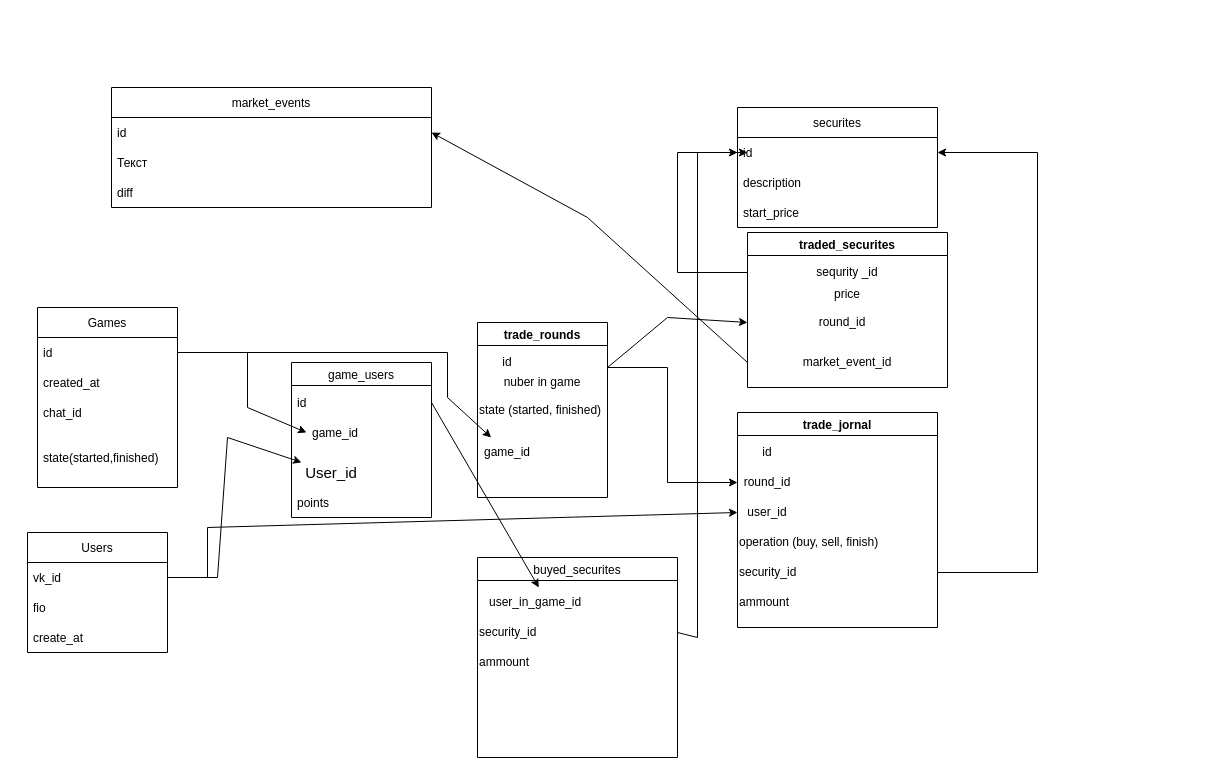
Above: DB Schema.drawio in VitalyObrubov/vk-exchange-game (draw.io), before the change. Source tidied: cells renumbered, new cells numbered last; positions are measured from the earlier drawing's top-left corner, leaving out a move shared by most shapes. Both pictures are drawn from the tidied source at 100%, with x=0, y=0 at pixel (27, 87).
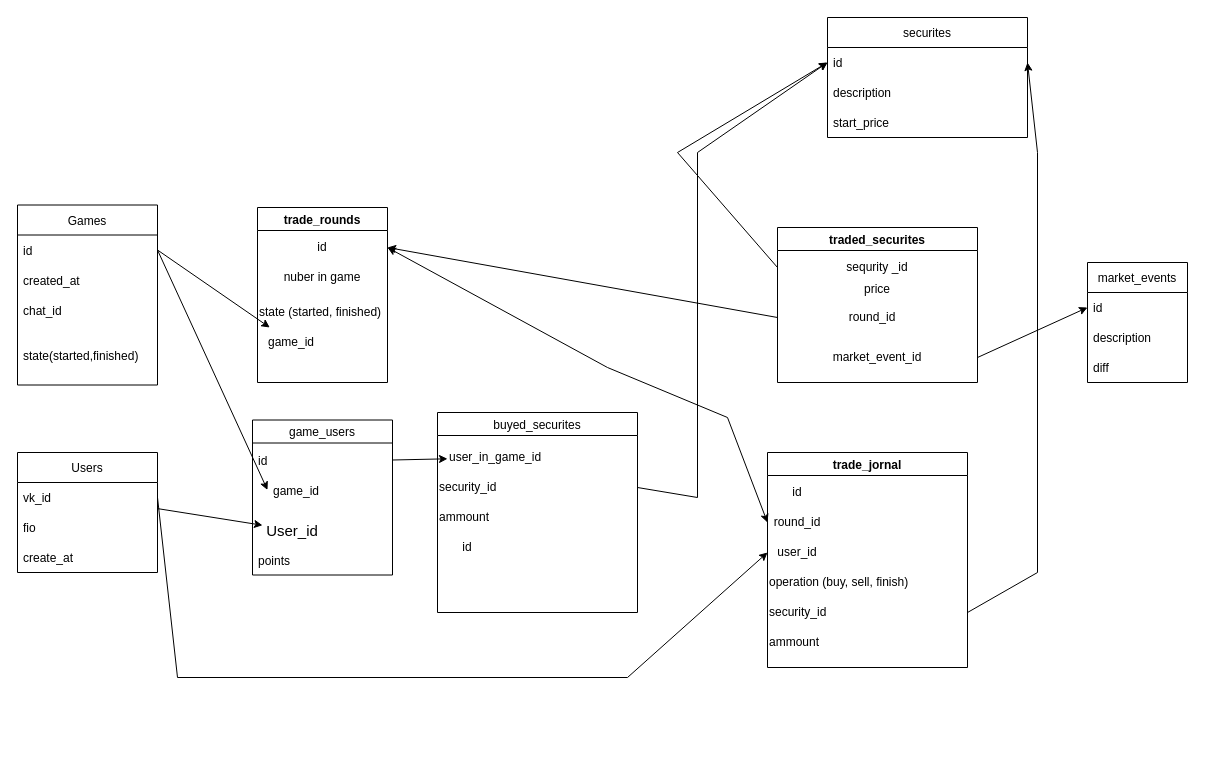
After the change.

The change refers to these unchanged cells:
```xml
<mxCell id="3" value="vk_id" style="text;strokeColor=none;fillColor=none;align=left;verticalAlign=middle;spacingLeft=4;spacingRight=4;overflow=hidden;points=[[0,0.5],[1,0.5]];portConstraint=eastwest;" parent="2" vertex="1">
  <mxGeometry y="30" width="140" height="30" as="geometry" />
</mxCell>
<mxCell id="7" value="id" style="text;strokeColor=none;fillColor=none;align=left;verticalAlign=middle;spacingLeft=4;spacingRight=4;overflow=hidden;points=[[0,0.5],[1,0.5]];portConstraint=eastwest;" parent="6" vertex="1">
  <mxGeometry y="30" width="140" height="30" as="geometry" />
</mxCell>
<mxCell id="12" value="id" style="text;strokeColor=none;fillColor=none;align=left;verticalAlign=middle;spacingLeft=4;spacingRight=4;overflow=hidden;points=[[0,0.5],[1,0.5]];portConstraint=eastwest;" parent="11" vertex="1">
  <mxGeometry y="30" width="200" height="30" as="geometry" />
</mxCell>
<mxCell id="20" value="game_id" style="text;strokeColor=none;fillColor=none;align=left;verticalAlign=middle;spacingLeft=4;spacingRight=4;overflow=hidden;points=[[0,0.5],[1,0.5]];portConstraint=eastwest;" parent="19" vertex="1">
  <mxGeometry x="15" y="55" width="110" height="30" as="geometry" />
</mxCell>
<mxCell id="21" value="User_id" style="text;html=1;strokeColor=none;fillColor=none;align=center;verticalAlign=middle;whiteSpace=wrap;rounded=0;fontSize=15;" parent="19" vertex="1">
  <mxGeometry x="10" y="95" width="60" height="30" as="geometry" />
</mxCell>
<mxCell id="28" value="security_id" style="text;html=1;strokeColor=none;fillColor=none;align=left;verticalAlign=middle;whiteSpace=wrap;rounded=0;fontSize=12;" parent="26" vertex="1">
  <mxGeometry y="60" width="200" height="30" as="geometry" />
</mxCell>
<mxCell id="41" value="round_id" style="text;html=1;strokeColor=none;fillColor=none;align=center;verticalAlign=middle;whiteSpace=wrap;rounded=0;fontSize=12;" parent="40" vertex="1">
  <mxGeometry y="55" width="60" height="30" as="geometry" />
</mxCell>
<mxCell id="42" value="user_id" style="text;html=1;strokeColor=none;fillColor=none;align=center;verticalAlign=middle;whiteSpace=wrap;rounded=0;fontSize=12;" parent="40" vertex="1">
  <mxGeometry y="85" width="60" height="30" as="geometry" />
</mxCell>
<mxCell id="51" value="sequrity _id" style="text;html=1;strokeColor=none;fillColor=none;align=center;verticalAlign=middle;whiteSpace=wrap;rounded=0;fontSize=12;" parent="50" vertex="1">
  <mxGeometry y="25" width="200" height="30" as="geometry" />
</mxCell>
<mxCell id="53" value="round_id" style="text;html=1;strokeColor=none;fillColor=none;align=center;verticalAlign=middle;whiteSpace=wrap;rounded=0;fontSize=12;" parent="50" vertex="1">
  <mxGeometry y="75" width="190" height="30" as="geometry" />
</mxCell>
<mxCell id="54" value="market_event_id" style="text;html=1;strokeColor=none;fillColor=none;align=center;verticalAlign=middle;whiteSpace=wrap;rounded=0;fontSize=12;" parent="50" vertex="1">
  <mxGeometry y="115" width="200" height="30" as="geometry" />
</mxCell>
```

The edit, as a diff of the source:
```diff
@@
     <mxCell id="2" value="Users" style="swimlane;fontStyle=0;horizontal=1;startSize=30;" parent="1" vertex="1">
-      <mxGeometry y="445" width="140" height="120" as="geometry" />
+      <mxGeometry x="-10" y="365" width="140" height="120" as="geometry" />
     </mxCell>
@@
     <mxCell id="6" value="Games" style="swimlane;fontStyle=0;horizontal=1;startSize=30;" parent="1" vertex="1">
-      <mxGeometry x="10" y="220" width="140" height="180" as="geometry" />
+      <mxGeometry x="-10" y="117.5" width="140" height="180" as="geometry" />
     </mxCell>
@@
     <mxCell id="11" value="securites" style="swimlane;fontStyle=0;horizontal=1;startSize=30;" parent="1" vertex="1">
-      <mxGeometry x="710" y="20" width="200" height="120" as="geometry" />
+      <mxGeometry x="800" y="-70" width="200" height="120" as="geometry" />
     </mxCell>
@@
     <mxCell id="15" value="market_events" style="swimlane;fontStyle=0;horizontal=1;startSize=30;" parent="1" vertex="1">
-      <mxGeometry x="84" width="320" height="120" as="geometry" />
+      <mxGeometry x="1060" y="175" width="100" height="120" as="geometry" />
     </mxCell>
     <mxCell id="16" value="id" style="text;strokeColor=none;fillColor=none;align=left;verticalAlign=middle;spacingLeft=4;spacingRight=4;overflow=hidden;points=[[0,0.5],[1,0.5]];portConstraint=eastwest;" parent="15" vertex="1">
-      <mxGeometry y="30" width="320" height="30" as="geometry" />
+      <mxGeometry y="30" width="100" height="30" as="geometry" />
     </mxCell>
-    <mxCell id="17" value="Текст" style="text;strokeColor=none;fillColor=none;align=left;verticalAlign=middle;spacingLeft=4;spacingRight=4;overflow=hidden;" parent="15" vertex="1">
-      <mxGeometry y="60" width="320" height="30" as="geometry" />
+    <mxCell id="17" value="description" style="text;strokeColor=none;fillColor=none;align=left;verticalAlign=middle;spacingLeft=4;spacingRight=4;overflow=hidden;" parent="15" vertex="1">
+      <mxGeometry y="60" width="100" height="30" as="geometry" />
     </mxCell>
     <mxCell id="18" value="diff" style="text;strokeColor=none;fillColor=none;align=left;verticalAlign=middle;spacingLeft=4;spacingRight=4;overflow=hidden;" parent="15" vertex="1">
-      <mxGeometry y="90" width="320" height="30" as="geometry" />
+      <mxGeometry y="90" width="100" height="30" as="geometry" />
     </mxCell>
     <mxCell id="19" value="game_users" style="swimlane;fontSize=12;fontStyle=0;" parent="1" vertex="1">
-      <mxGeometry x="264" y="275" width="140" height="155" as="geometry" />
+      <mxGeometry x="225" y="332.5" width="140" height="155" as="geometry" />
     </mxCell>
@@
     <mxCell id="24" style="endArrow=classic;html=1;rounded=0;fontSize=15;exitX=1;exitY=0.5;exitDx=0;exitDy=0;entryX=0;entryY=0.5;entryDx=0;entryDy=0;" parent="1" edge="1" source="7" target="20">
-      <mxGeometry relative="1" as="geometry">
-        <Array as="points">
-          <mxPoint x="220" y="265" />
-          <mxPoint x="220" y="320" />
-        </Array>
-      </mxGeometry>
+      <mxGeometry relative="1" as="geometry" />
     </mxCell>
     <mxCell id="25" style="endArrow=classic;html=1;rounded=0;fontSize=15;" parent="1" edge="1" source="3" target="21">
-      <mxGeometry relative="1" as="geometry">
-        <Array as="points">
-          <mxPoint x="190" y="490" />
-          <mxPoint x="200" y="350" />
-        </Array>
-      </mxGeometry>
+      <mxGeometry relative="1" as="geometry" />
     </mxCell>
     <mxCell id="26" value="buyed_securites" style="swimlane;fontSize=12;fontStyle=0;" parent="1" vertex="1">
-      <mxGeometry x="450" y="470" width="200" height="200" as="geometry" />
+      <mxGeometry x="410" y="325" width="200" height="200" as="geometry" />
     </mxCell>
@@
+    <mxCell id="56" value="id" style="text;html=1;strokeColor=none;fillColor=none;align=center;verticalAlign=middle;whiteSpace=wrap;rounded=0;" parent="26" vertex="1">
+      <mxGeometry y="120" width="60" height="30" as="geometry" />
+    </mxCell>
@@
-    <mxCell id="31" style="endArrow=classic;html=1;rounded=0;fontSize=12;exitX=1;exitY=0.5;exitDx=0;exitDy=0;" parent="1" edge="1" source="28">
+    <mxCell id="31" style="endArrow=classic;html=1;rounded=0;fontSize=12;exitX=1;exitY=0.5;exitDx=0;exitDy=0;entryX=0;entryY=0.5;entryDx=0;entryDy=0;" parent="1" edge="1" source="28" target="12">
       <mxGeometry relative="1" as="geometry">
-        <mxPoint x="720" y="65" as="targetPoint" />
         <Array as="points">
-          <mxPoint x="670" y="550" />
+          <mxPoint x="670" y="410" />
           <mxPoint x="670" y="65" />
         </Array>
       </mxGeometry>
     </mxCell>
     <mxCell id="32" style="endArrow=classic;html=1;rounded=0;fontSize=12;entryX=0;entryY=0.5;entryDx=0;entryDy=0;exitX=0;exitY=0.5;exitDx=0;exitDy=0;" parent="1" edge="1" source="51" target="12">
       <mxGeometry relative="1" as="geometry">
         <Array as="points">
-          <mxPoint x="650" y="185" />
           <mxPoint x="650" y="65" />
         </Array>
       </mxGeometry>
     </mxCell>
     <mxCell id="33" value="trade_rounds" style="swimlane;fontSize=12;" parent="1" vertex="1">
-      <mxGeometry x="450" y="235" width="130" height="175" as="geometry" />
+      <mxGeometry x="230" y="120" width="130" height="175" as="geometry" />
     </mxCell>
     <mxCell id="34" value="game_id" style="text;html=1;strokeColor=none;fillColor=none;align=center;verticalAlign=middle;whiteSpace=wrap;rounded=0;fontSize=12;" parent="33" vertex="1">
-      <mxGeometry y="115" width="60" height="30" as="geometry" />
+      <mxGeometry x="4" y="120" width="60" height="30" as="geometry" />
     </mxCell>
     <mxCell id="35" value="id" style="text;html=1;strokeColor=none;fillColor=none;align=center;verticalAlign=middle;whiteSpace=wrap;rounded=0;fontSize=12;" parent="33" vertex="1">
-      <mxGeometry y="25" width="60" height="30" as="geometry" />
+      <mxGeometry y="25" width="130" height="30" as="geometry" />
     </mxCell>
     <mxCell id="36" value="state (started, finished)" style="text;html=1;strokeColor=none;fillColor=none;align=left;verticalAlign=middle;whiteSpace=wrap;rounded=0;fontSize=12;" parent="33" vertex="1">
-      <mxGeometry y="72.5" width="130" height="30" as="geometry" />
+      <mxGeometry y="90" width="130" height="30" as="geometry" />
     </mxCell>
     <mxCell id="37" value="nuber in game" style="text;html=1;strokeColor=none;fillColor=none;align=center;verticalAlign=middle;whiteSpace=wrap;rounded=0;fontSize=12;" parent="33" vertex="1">
-      <mxGeometry y="45" width="130" height="30" as="geometry" />
+      <mxGeometry y="55" width="130" height="30" as="geometry" />
     </mxCell>
     <mxCell id="38" style="endArrow=classic;html=1;rounded=0;fontSize=12;entryX=0;entryY=0.5;entryDx=0;entryDy=0;" parent="1" edge="1" target="41">
       <mxGeometry relative="1" as="geometry">
         <mxPoint x="580" y="280" as="sourcePoint" />
         <Array as="points">
-          <mxPoint x="640" y="280" />
-          <mxPoint x="640" y="395" />
+          <mxPoint x="700" y="330" />
         </Array>
       </mxGeometry>
     </mxCell>
     <mxCell id="39" style="endArrow=classic;html=1;rounded=0;fontSize=12;exitX=1;exitY=0.5;exitDx=0;exitDy=0;" parent="1" edge="1" source="7" target="34">
-      <mxGeometry relative="1" as="geometry">
-        <Array as="points">
-          <mxPoint x="420" y="265" />
-          <mxPoint x="420" y="310" />
-        </Array>
-      </mxGeometry>
+      <mxGeometry relative="1" as="geometry" />
     </mxCell>
     <mxCell id="40" value="trade_jornal" style="swimlane;fontSize=12;" parent="1" vertex="1">
-      <mxGeometry x="710" y="325" width="200" height="215" as="geometry" />
+      <mxGeometry x="740" y="365" width="200" height="215" as="geometry" />
     </mxCell>
@@
     <mxCell id="47" style="endArrow=classic;html=1;rounded=0;fontSize=12;exitX=1;exitY=0.5;exitDx=0;exitDy=0;entryX=0;entryY=0.5;entryDx=0;entryDy=0;" parent="1" edge="1" source="3" target="42">
       <mxGeometry relative="1" as="geometry">
         <Array as="points">
-          <mxPoint x="180" y="490" />
-          <mxPoint x="180" y="440" />
+          <mxPoint x="150" y="590" />
+          <mxPoint x="600" y="590" />
         </Array>
       </mxGeometry>
     </mxCell>
@@
-    <mxCell id="49" style="endArrow=classic;html=1;rounded=0;fontSize=12;entryX=0;entryY=0.5;entryDx=0;entryDy=0;" parent="1" edge="1" target="53">
+    <mxCell id="49" style="endArrow=classic;html=1;rounded=0;fontSize=12;entryX=1;entryY=0.5;entryDx=0;entryDy=0;" parent="1" edge="1" target="35">
       <mxGeometry relative="1" as="geometry">
         <mxPoint x="580" y="280" as="sourcePoint" />
-        <Array as="points">
-          <mxPoint x="640" y="230" />
-        </Array>
       </mxGeometry>
     </mxCell>
     <mxCell id="50" value="traded_securites" style="swimlane;fontSize=12;" parent="1" vertex="1">
-      <mxGeometry x="720" y="145" width="200" height="155" as="geometry" />
+      <mxGeometry x="750" y="140" width="200" height="155" as="geometry" />
     </mxCell>
@@
-    <mxCell id="55" style="endArrow=classic;html=1;rounded=0;fontSize=12;exitX=0;exitY=0.5;exitDx=0;exitDy=0;entryX=1;entryY=0.5;entryDx=0;entryDy=0;" parent="1" edge="1" source="54" target="16">
-      <mxGeometry relative="1" as="geometry">
-        <Array as="points">
-          <mxPoint x="560" y="130" />
-        </Array>
-      </mxGeometry>
+    <mxCell id="55" style="endArrow=classic;html=1;rounded=0;fontSize=12;exitX=1;exitY=0.5;exitDx=0;exitDy=0;entryX=0;entryY=0.5;entryDx=0;entryDy=0;" parent="1" edge="1" source="54" target="16">
+      <mxGeometry relative="1" as="geometry" />
     </mxCell>
+    <mxCell id="57" style="endArrow=classic;html=1;rounded=0;entryX=1;entryY=0.5;entryDx=0;entryDy=0;exitX=0;exitY=0.5;exitDx=0;exitDy=0;" parent="1" edge="1" source="53" target="35">
+      <mxGeometry relative="1" as="geometry" />
+    </mxCell>
```
